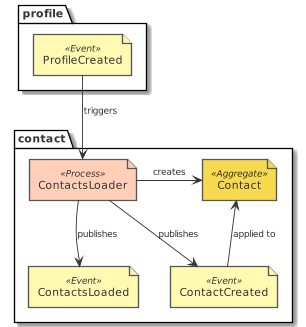
This is paper/design_contact_eventstorming_contacts_loader.png from tmorin/dorders, a PlantUML export, as it was before one commit.
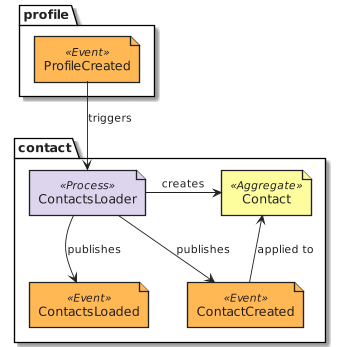
After the change.

Change to the diagram source:
```diff
@@ -1,14 +1,13 @@
 @startuml design_contact_eventstorming_contacts_loader
-!include common.puml
-!include ../.gdiag/plantuml-libs/eventstorming/eventstorming-all.puml
+!include common.eventstorming.puml
 package profile {
-  event('ProfileCreated')
+  Event('ProfileCreated')
 }
 package contact {
-  process('ContactsLoader')
-  aggregate('Contact')
-  event('ContactCreated')
-  event('ContactsLoaded')
+  Process('ContactsLoader')
+  Aggregate('Contact')
+  Event('ContactCreated')
+  Event('ContactsLoaded')
 }
 ProfileCreated --> ContactsLoader : triggers
 ContactsLoader -r-> Contact : creates
```
